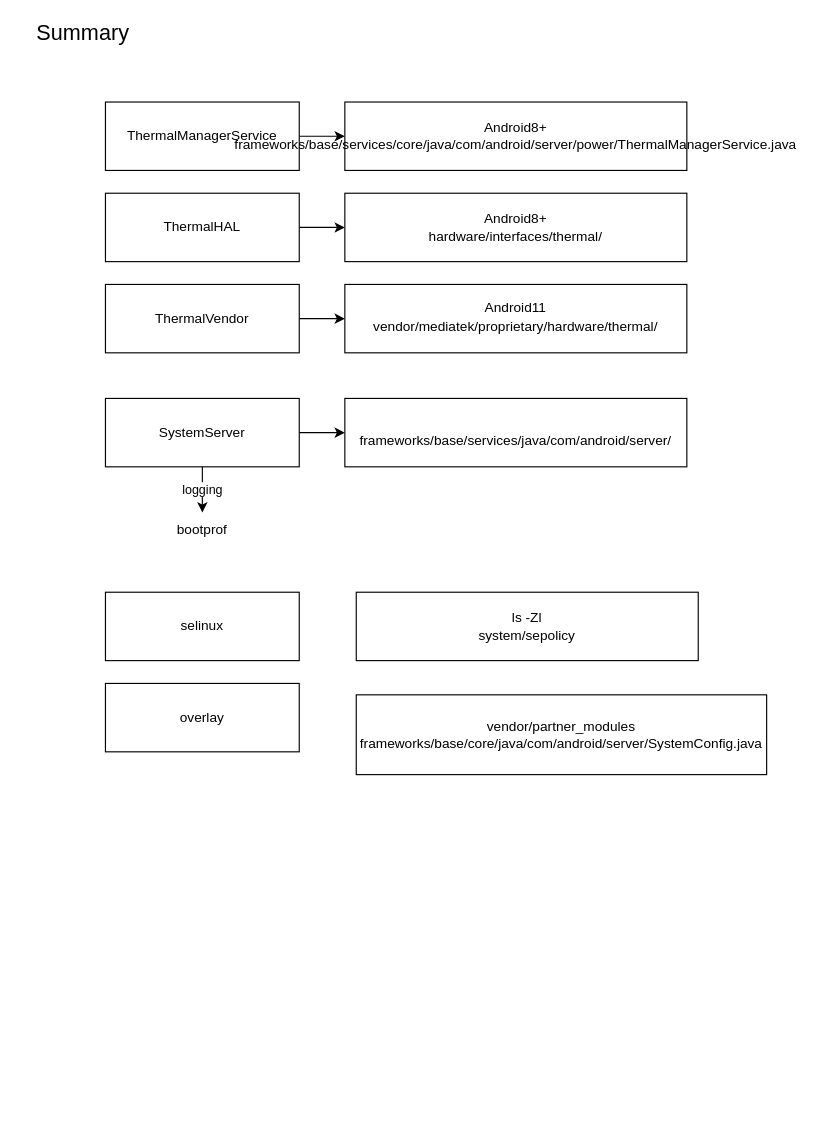
LBACK1912/chart keeps this draw.io diagram as page "Page-2" (2 of 3) of task.drawio. Above is the earlier version. Source tidied: cells renumbered, new cells numbered last; positions are measured from the earlier drawing's top-left corner, leaving out a move shared by most shapes. Both pictures are drawn from the tidied source at 114%, with x=0, y=0 at pixel (25, 22).
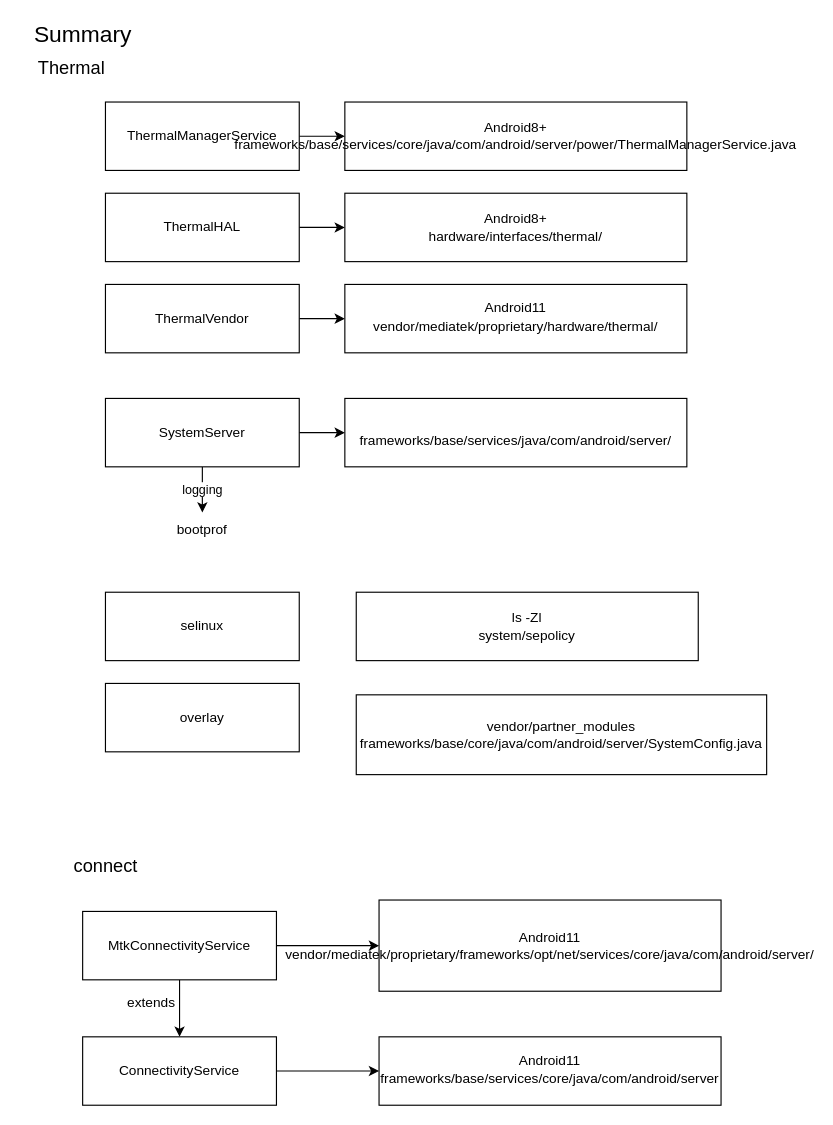
Above is the later version.

The edit, as a diff of the source:
```diff
@@
-    <mxCell id="10" value="&lt;font style=&quot;font-size: 19px&quot;&gt;Summary&lt;/font&gt;" style="text;html=1;align=center;verticalAlign=middle;" parent="1" vertex="1">
-      <mxGeometry width="100" height="20" as="geometry" />
+    <mxCell id="10" value="&lt;font style=&quot;font-size: 20px&quot;&gt;Summary&lt;/font&gt;" style="text;html=1;align=center;verticalAlign=middle;" parent="1" vertex="1">
+      <mxGeometry x="-5" width="110" height="20" as="geometry" />
     </mxCell>
@@
+    <mxCell id="21" value="&lt;font style=&quot;font-size: 16px&quot;&gt;Thermal&lt;/font&gt;" style="text;html=1;align=center;verticalAlign=middle;" parent="1" vertex="1">
+      <mxGeometry y="30" width="80" height="20" as="geometry" />
+    </mxCell>
+    <mxCell id="22" style="edgeStyle=orthogonalEdgeStyle;rounded=0;jettySize=auto;html=1;entryX=0;entryY=0.5;entryDx=0;entryDy=0;" parent="1" edge="1" source="24" target="26">
+      <mxGeometry relative="1" as="geometry" />
+    </mxCell>
+    <mxCell id="23" style="edgeStyle=orthogonalEdgeStyle;rounded=0;jettySize=auto;html=1;exitX=0.5;exitY=1;exitDx=0;exitDy=0;" parent="1" edge="1" source="24" target="28">
+      <mxGeometry relative="1" as="geometry" />
+    </mxCell>
+    <mxCell id="24" value="MtkConnectivityService" style="rounded=0;whiteSpace=wrap;html=1;" parent="1" vertex="1">
+      <mxGeometry x="50" y="780" width="170" height="60" as="geometry" />
+    </mxCell>
+    <mxCell id="25" value="&lt;font style=&quot;font-size: 16px&quot;&gt;connect&lt;/font&gt;" style="text;html=1;align=center;verticalAlign=middle;" parent="1" vertex="1">
+      <mxGeometry x="30" y="730" width="80" height="20" as="geometry" />
+    </mxCell>
+    <mxCell id="26" value="&lt;div&gt;Android11&lt;/div&gt;&lt;div&gt;vendor/mediatek/proprietary/frameworks/opt/net/services/core/java/com/android/server/&lt;/div&gt;" style="rounded=0;whiteSpace=wrap;html=1;" parent="1" vertex="1">
+      <mxGeometry x="310" y="770" width="300" height="80" as="geometry" />
+    </mxCell>
+    <mxCell id="27" style="edgeStyle=orthogonalEdgeStyle;rounded=0;jettySize=auto;html=1;exitX=1;exitY=0.5;exitDx=0;exitDy=0;entryX=0;entryY=0.5;entryDx=0;entryDy=0;" parent="1" edge="1" source="28" target="29">
+      <mxGeometry relative="1" as="geometry" />
+    </mxCell>
+    <mxCell id="28" value="ConnectivityService" style="rounded=0;whiteSpace=wrap;html=1;" parent="1" vertex="1">
+      <mxGeometry x="50" y="890" width="170" height="60" as="geometry" />
+    </mxCell>
+    <mxCell id="29" value="&lt;div&gt;Android11&lt;br&gt;&lt;span style=&quot;color: rgb(0 , 0 , 0) ; font-family: monospace ; font-size: medium ; font-style: normal ; font-weight: 400 ; letter-spacing: normal ; text-indent: 0px ; text-transform: none ; word-spacing: 0px ; background-color: rgb(255 , 255 , 255) ; display: inline ; float: none&quot;&gt;&lt;/span&gt;&lt;span style=&quot;color: rgb(0 , 0 , 0) ; font-family: monospace ; font-size: medium ; font-style: normal ; font-weight: 400 ; letter-spacing: normal ; text-indent: 0px ; text-transform: none ; word-spacing: 0px ; background-color: rgb(255 , 255 , 255) ; display: inline ; float: none&quot;&gt;&lt;/span&gt;&lt;span style=&quot;color: rgb(0 , 0 , 0) ; font-family: monospace ; font-size: medium ; font-style: normal ; font-weight: 400 ; letter-spacing: normal ; text-indent: 0px ; text-transform: none ; word-spacing: 0px ; background-color: rgb(255 , 255 , 255) ; display: inline ; float: none&quot;&gt;&lt;/span&gt;frameworks/base/services/core/java/com/android/server&lt;/div&gt;" style="rounded=0;whiteSpace=wrap;html=1;" parent="1" vertex="1">
+      <mxGeometry x="310" y="890" width="300" height="60" as="geometry" />
+    </mxCell>
+    <mxCell id="30" value="extends" style="text;html=1;align=center;verticalAlign=middle;" parent="1" vertex="1">
+      <mxGeometry x="80" y="850" width="60" height="20" as="geometry" />
+    </mxCell>
```
